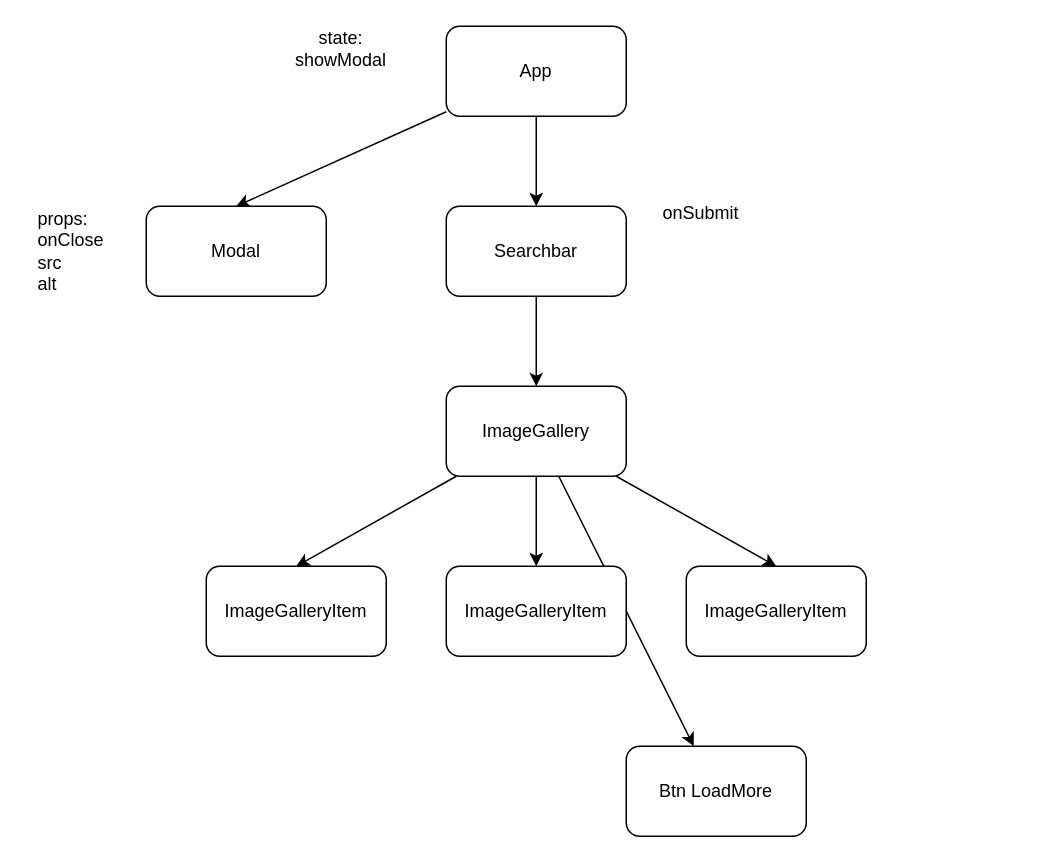
This is src/assets/architecture.drawio from pberkut/goit-react-hw-03-image-finder, a draw.io file, before an edit. Source tidied: cells renumbered, new cells numbered last; positions are measured from the earlier drawing's top-left corner, leaving out a move shared by most shapes. Both pictures are drawn from the tidied source at 150%, with x=0, y=0 at pixel (26, 26).
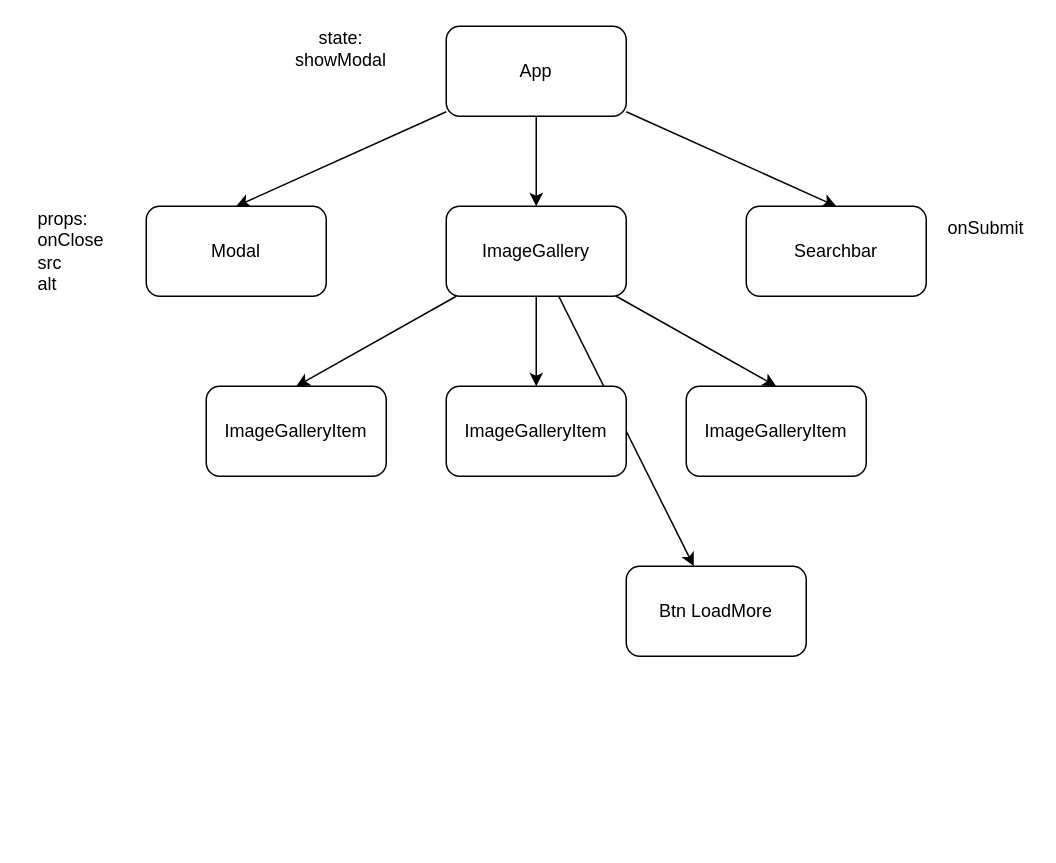
Above is the later version.

Diff of the diagram source:
```diff
@@
 <mxGraphModel>
   <root>
     <mxCell id="0" />
     <mxCell id="1" parent="0" />
     <mxCell id="2" style="edgeStyle=none;html=1;entryX=0.5;entryY=0;entryDx=0;entryDy=0;" parent="1" edge="1" source="4" target="15">
       <mxGeometry relative="1" as="geometry" />
     </mxCell>
     <mxCell id="3" style="edgeStyle=none;html=1;entryX=0.5;entryY=0;entryDx=0;entryDy=0;" parent="1" edge="1" source="4" target="6">
       <mxGeometry relative="1" as="geometry" />
     </mxCell>
+    <mxCell id="20" style="edgeStyle=none;html=1;" parent="1" edge="1" source="4" target="11">
+      <mxGeometry relative="1" as="geometry" />
+    </mxCell>
     <mxCell id="4" value="App" style="rounded=1;whiteSpace=wrap;html=1;" parent="1" vertex="1">
       <mxGeometry x="280" width="120" height="60" as="geometry" />
     </mxCell>
-    <mxCell id="5" style="edgeStyle=none;html=1;entryX=0.5;entryY=0;entryDx=0;entryDy=0;" parent="1" edge="1" source="6" target="11">
-      <mxGeometry relative="1" as="geometry" />
-    </mxCell>
     <mxCell id="6" value="Searchbar" style="rounded=1;whiteSpace=wrap;html=1;" parent="1" vertex="1">
-      <mxGeometry x="280" y="120" width="120" height="60" as="geometry" />
+      <mxGeometry x="480" y="120" width="120" height="60" as="geometry" />
     </mxCell>
     <mxCell id="7" style="edgeStyle=none;html=1;entryX=0.5;entryY=0;entryDx=0;entryDy=0;" parent="1" edge="1" source="11" target="12">
       <mxGeometry relative="1" as="geometry" />
     </mxCell>
     <mxCell id="8" style="edgeStyle=none;html=1;entryX=0.5;entryY=0;entryDx=0;entryDy=0;" parent="1" edge="1" source="11" target="13">
       <mxGeometry relative="1" as="geometry" />
     </mxCell>
     <mxCell id="9" style="edgeStyle=none;html=1;entryX=0.5;entryY=0;entryDx=0;entryDy=0;" parent="1" edge="1" source="11" target="14">
       <mxGeometry relative="1" as="geometry" />
     </mxCell>
     <mxCell id="10" style="edgeStyle=none;html=1;" parent="1" edge="1" source="11" target="16">
       <mxGeometry relative="1" as="geometry" />
     </mxCell>
     <mxCell id="11" value="ImageGallery" style="rounded=1;whiteSpace=wrap;html=1;" parent="1" vertex="1">
-      <mxGeometry x="280" y="240" width="120" height="60" as="geometry" />
+      <mxGeometry x="280" y="120" width="120" height="60" as="geometry" />
     </mxCell>
     <mxCell id="12" value="ImageGalleryItem" style="rounded=1;whiteSpace=wrap;html=1;" parent="1" vertex="1">
-      <mxGeometry x="280" y="360" width="120" height="60" as="geometry" />
+      <mxGeometry x="280" y="240" width="120" height="60" as="geometry" />
     </mxCell>
     <mxCell id="13" value="ImageGalleryItem" style="rounded=1;whiteSpace=wrap;html=1;" parent="1" vertex="1">
-      <mxGeometry x="120" y="360" width="120" height="60" as="geometry" />
+      <mxGeometry x="120" y="240" width="120" height="60" as="geometry" />
     </mxCell>
     <mxCell id="14" value="ImageGalleryItem" style="rounded=1;whiteSpace=wrap;html=1;" parent="1" vertex="1">
-      <mxGeometry x="440" y="360" width="120" height="60" as="geometry" />
+      <mxGeometry x="440" y="240" width="120" height="60" as="geometry" />
     </mxCell>
     <mxCell id="15" value="Modal" style="rounded=1;whiteSpace=wrap;html=1;" parent="1" vertex="1">
       <mxGeometry x="80" y="120" width="120" height="60" as="geometry" />
     </mxCell>
     <mxCell id="16" value="Btn LoadMore" style="rounded=1;whiteSpace=wrap;html=1;" parent="1" vertex="1">
-      <mxGeometry x="400" y="480" width="120" height="60" as="geometry" />
+      <mxGeometry x="400" y="360" width="120" height="60" as="geometry" />
     </mxCell>
     <mxCell id="17" value="onSubmit" style="text;html=1;strokeColor=none;fillColor=none;align=center;verticalAlign=middle;whiteSpace=wrap;rounded=0;" parent="1" vertex="1">
-      <mxGeometry x="420" y="110" width="60" height="30" as="geometry" />
+      <mxGeometry x="610" y="120" width="60" height="30" as="geometry" />
     </mxCell>
     <mxCell id="18" value="&lt;div style=&quot;text-align: left;&quot;&gt;&lt;span style=&quot;background-color: initial;&quot;&gt;props:&lt;/span&gt;&lt;/div&gt;&lt;div style=&quot;text-align: left;&quot;&gt;&lt;span style=&quot;background-color: initial;&quot;&gt;onClose&lt;/span&gt;&lt;/div&gt;&lt;div style=&quot;text-align: left;&quot;&gt;&lt;span style=&quot;background-color: initial;&quot;&gt;src&lt;/span&gt;&lt;/div&gt;&lt;div style=&quot;text-align: left;&quot;&gt;&lt;span style=&quot;background-color: initial;&quot;&gt;alt&lt;/span&gt;&lt;/div&gt;" style="text;html=1;strokeColor=none;fillColor=none;align=center;verticalAlign=middle;whiteSpace=wrap;rounded=0;" parent="1" vertex="1">
       <mxGeometry y="120" width="60" height="60" as="geometry" />
     </mxCell>
     <mxCell id="19" value="state:&lt;br&gt;showModal" style="text;html=1;strokeColor=none;fillColor=none;align=center;verticalAlign=middle;whiteSpace=wrap;rounded=0;" parent="1" vertex="1">
       <mxGeometry x="180" width="60" height="30" as="geometry" />
     </mxCell>
   </root>
 </mxGraphModel>
```
